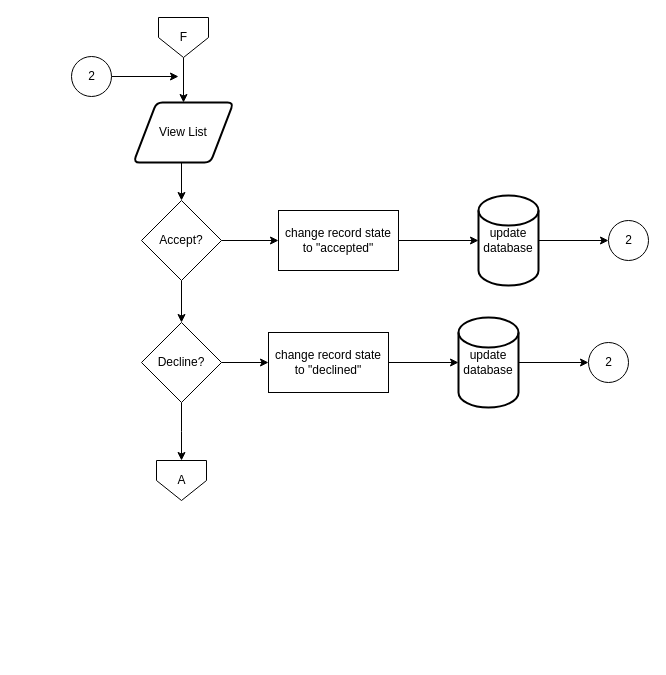
Earlier version of the draw.io diagram page "(A-1) Pending Request Page" (3 of 10) of Flowchart.drawio (justpaulmiguel/Web1Proj). Source tidied: cells renumbered, new cells numbered last; positions are measured from the earlier drawing's top-left corner, leaving out a move shared by most shapes. Both pictures are drawn from the tidied source at 100%, with x=0, y=0 at pixel (71, 17).
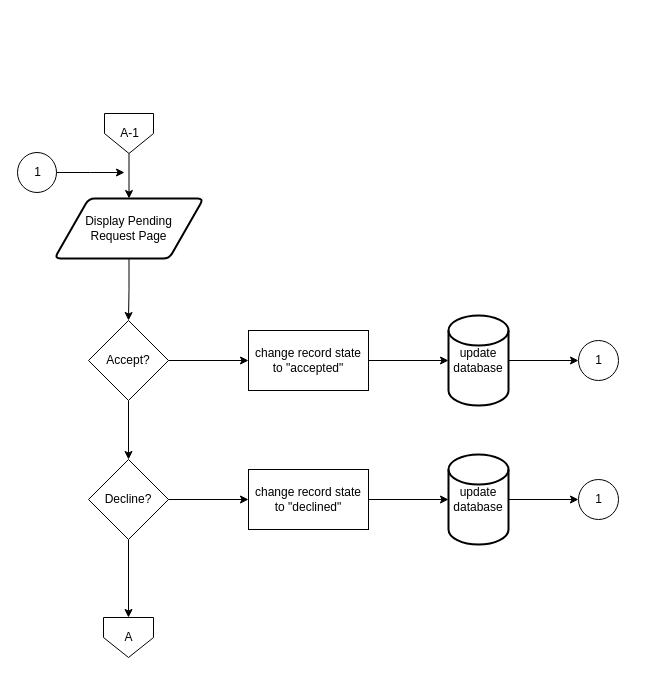
The same diagram, later.

Diff of the diagram source:
```diff
@@
-    <mxCell id="3" value="F" style="verticalLabelPosition=middle;verticalAlign=middle;html=1;shape=offPageConnector;rounded=0;size=0.5;labelPosition=center;align=center;" parent="1" vertex="1">
-      <mxGeometry x="87" width="50" height="40" as="geometry" />
+    <mxCell id="3" value="A-1" style="verticalLabelPosition=middle;verticalAlign=middle;html=1;shape=offPageConnector;rounded=0;size=0.5;labelPosition=center;align=center;" parent="1" vertex="1">
+      <mxGeometry x="33" y="96" width="49" height="40" as="geometry" />
     </mxCell>
@@
     <mxCell id="6" value="Accept?" style="rhombus;whiteSpace=wrap;html=1;" parent="1" vertex="1">
-      <mxGeometry x="70" y="183" width="80" height="80" as="geometry" />
+      <mxGeometry x="17" y="303" width="80" height="80" as="geometry" />
     </mxCell>
-    <mxCell id="7" style="edgeStyle=orthogonalEdgeStyle;rounded=0;jettySize=auto;html=1;exitX=0.5;exitY=1;exitDx=0;exitDy=0;" parent="1" edge="1" source="9">
-      <mxGeometry relative="1" as="geometry">
-        <mxPoint x="110" y="443" as="targetPoint" />
-      </mxGeometry>
+    <mxCell id="7" style="edgeStyle=orthogonalEdgeStyle;rounded=0;jettySize=auto;html=1;exitX=0.5;exitY=1;exitDx=0;exitDy=0;entryX=0.5;entryY=0;entryDx=0;entryDy=0;" parent="1" edge="1" source="9" target="10">
+      <mxGeometry relative="1" as="geometry" />
     </mxCell>
@@
     <mxCell id="9" value="Decline?" style="rhombus;whiteSpace=wrap;html=1;" parent="1" vertex="1">
-      <mxGeometry x="70" y="305" width="80" height="80" as="geometry" />
+      <mxGeometry x="17" y="442" width="80" height="80" as="geometry" />
     </mxCell>
     <mxCell id="10" value="A" style="verticalLabelPosition=middle;verticalAlign=middle;html=1;shape=offPageConnector;rounded=0;size=0.5;labelPosition=center;align=center;" parent="1" vertex="1">
-      <mxGeometry x="85" y="443" width="50" height="40" as="geometry" />
+      <mxGeometry x="32" y="600" width="50" height="40" as="geometry" />
     </mxCell>
@@
     <mxCell id="12" value="update&lt;br&gt;database" style="strokeWidth=2;html=1;shape=mxgraph.flowchart.database;whiteSpace=wrap;" parent="1" vertex="1">
-      <mxGeometry x="407" y="178" width="60" height="90" as="geometry" />
+      <mxGeometry x="377" y="298" width="60" height="90" as="geometry" />
     </mxCell>
-    <mxCell id="13" value="2" style="verticalLabelPosition=middle;verticalAlign=middle;html=1;shape=mxgraph.flowchart.on-page_reference;labelPosition=center;align=center;" parent="1" vertex="1">
-      <mxGeometry x="537" y="203" width="40" height="40" as="geometry" />
+    <mxCell id="13" value="1" style="verticalLabelPosition=middle;verticalAlign=middle;html=1;shape=mxgraph.flowchart.on-page_reference;labelPosition=center;align=center;" parent="1" vertex="1">
+      <mxGeometry x="507" y="323" width="40" height="40" as="geometry" />
     </mxCell>
     <mxCell id="14" style="edgeStyle=orthogonalEdgeStyle;rounded=0;jettySize=auto;html=1;exitX=1;exitY=0.5;exitDx=0;exitDy=0;exitPerimeter=0;" parent="1" edge="1" source="15">
       <mxGeometry relative="1" as="geometry">
-        <mxPoint x="107" y="59" as="targetPoint" />
+        <mxPoint x="53" y="155" as="targetPoint" />
       </mxGeometry>
     </mxCell>
-    <mxCell id="15" value="2" style="verticalLabelPosition=middle;verticalAlign=middle;html=1;shape=mxgraph.flowchart.on-page_reference;labelPosition=center;align=center;" parent="1" vertex="1">
-      <mxGeometry y="39" width="40" height="40" as="geometry" />
+    <mxCell id="15" value="1" style="verticalLabelPosition=middle;verticalAlign=middle;html=1;shape=mxgraph.flowchart.on-page_reference;labelPosition=center;align=center;" parent="1" vertex="1">
+      <mxGeometry x="-54" y="135" width="39" height="40" as="geometry" />
     </mxCell>
@@
-    <mxCell id="17" value="View List" style="shape=parallelogram;html=1;strokeWidth=2;perimeter=parallelogramPerimeter;whiteSpace=wrap;rounded=1;arcSize=12;size=0.23;" parent="1" vertex="1">
-      <mxGeometry x="62" y="85" width="100" height="60" as="geometry" />
+    <mxCell id="17" value="Display Pending &lt;br&gt;Request Page" style="shape=parallelogram;html=1;strokeWidth=2;perimeter=parallelogramPerimeter;whiteSpace=wrap;rounded=1;arcSize=12;size=0.23;" parent="1" vertex="1">
+      <mxGeometry x="-17" y="181" width="149" height="60" as="geometry" />
     </mxCell>
@@
     <mxCell id="19" value="change record state to &quot;accepted&quot;" style="rounded=0;whiteSpace=wrap;html=1;" parent="1" vertex="1">
-      <mxGeometry x="207" y="193" width="120" height="60" as="geometry" />
+      <mxGeometry x="177" y="313" width="120" height="60" as="geometry" />
     </mxCell>
@@
     <mxCell id="21" value="update&lt;br&gt;database" style="strokeWidth=2;html=1;shape=mxgraph.flowchart.database;whiteSpace=wrap;" parent="1" vertex="1">
-      <mxGeometry x="387" y="300" width="60" height="90" as="geometry" />
+      <mxGeometry x="377" y="437" width="60" height="90" as="geometry" />
     </mxCell>
-    <mxCell id="22" value="2" style="verticalLabelPosition=middle;verticalAlign=middle;html=1;shape=mxgraph.flowchart.on-page_reference;labelPosition=center;align=center;" parent="1" vertex="1">
-      <mxGeometry x="517" y="325" width="40" height="40" as="geometry" />
+    <mxCell id="22" value="1" style="verticalLabelPosition=middle;verticalAlign=middle;html=1;shape=mxgraph.flowchart.on-page_reference;labelPosition=center;align=center;" parent="1" vertex="1">
+      <mxGeometry x="507" y="462" width="40" height="40" as="geometry" />
     </mxCell>
@@
     <mxCell id="24" value="change record state to &quot;declined&quot;" style="rounded=0;whiteSpace=wrap;html=1;" parent="1" vertex="1">
-      <mxGeometry x="197" y="315" width="120" height="60" as="geometry" />
+      <mxGeometry x="177" y="452" width="120" height="60" as="geometry" />
     </mxCell>
```
